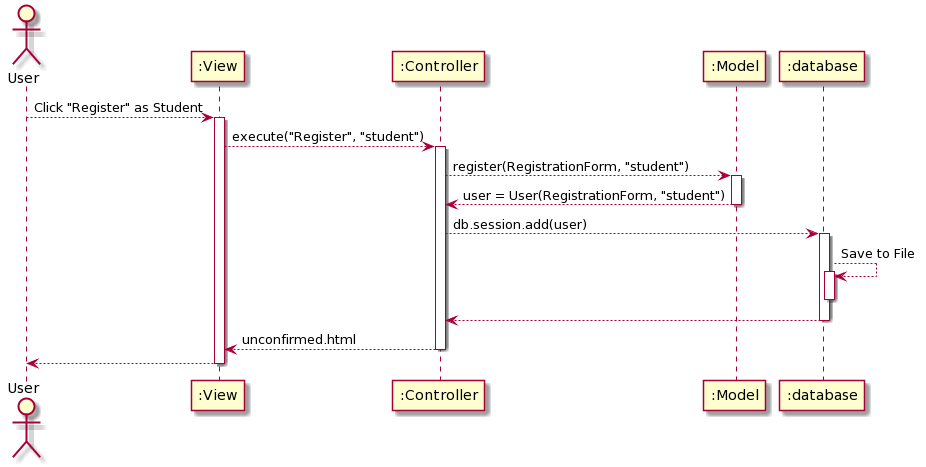
Earlier version of the PlantUML export docs/diagrams/ArchitectureSequence.png (Orbital-Knewbie/Knewbie).
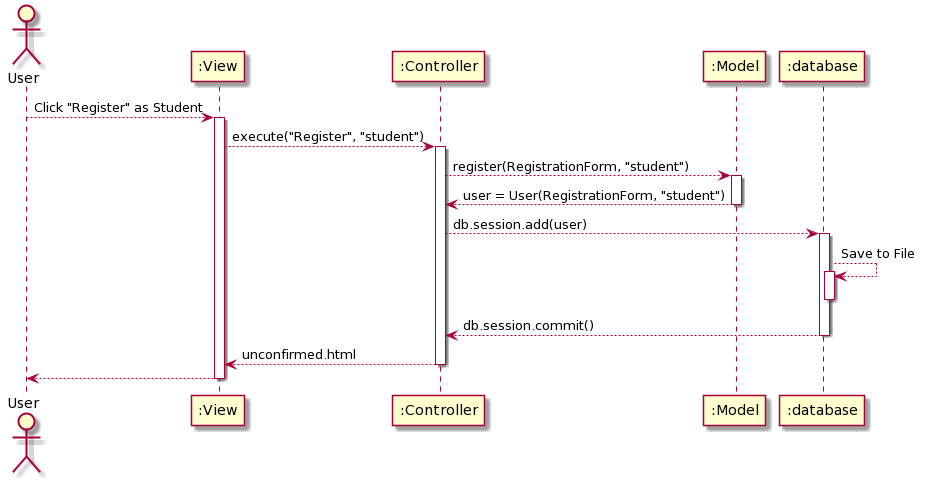
Above is the later version.

The edit, as a diff of the source:
```diff
@@ -26,7 +26,7 @@
 activate database
 deactivate database
 
-database --> controller
+database --> controller : db.session.commit()
 deactivate database
 
 controller --> view : unconfirmed.html
```
